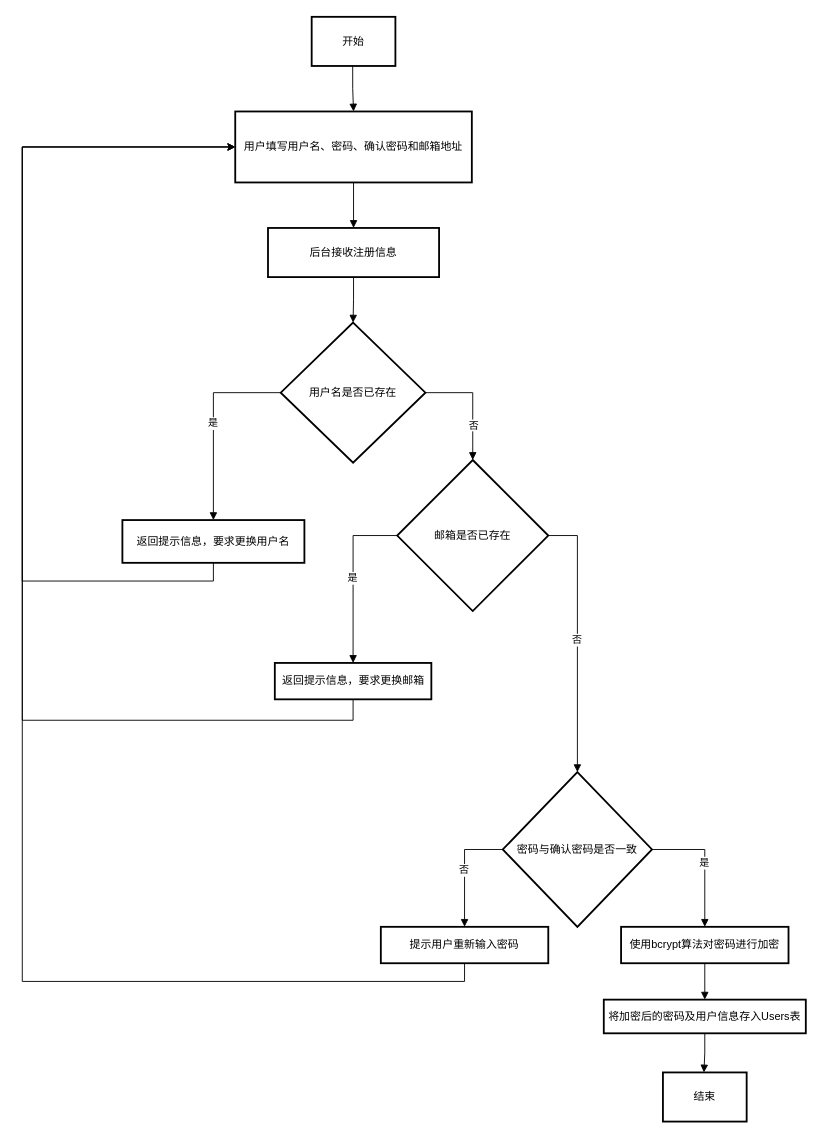
Earlier version of the draw.io diagram 注册流程.drawio (EthaneIceCream/HoloCubic). Source tidied: cells renumbered, new cells numbered last; positions are measured from the earlier drawing's top-left corner, leaving out a move shared by most shapes. Both pictures are drawn from the tidied source at 91%, with x=0, y=0 at pixel (22, 16).
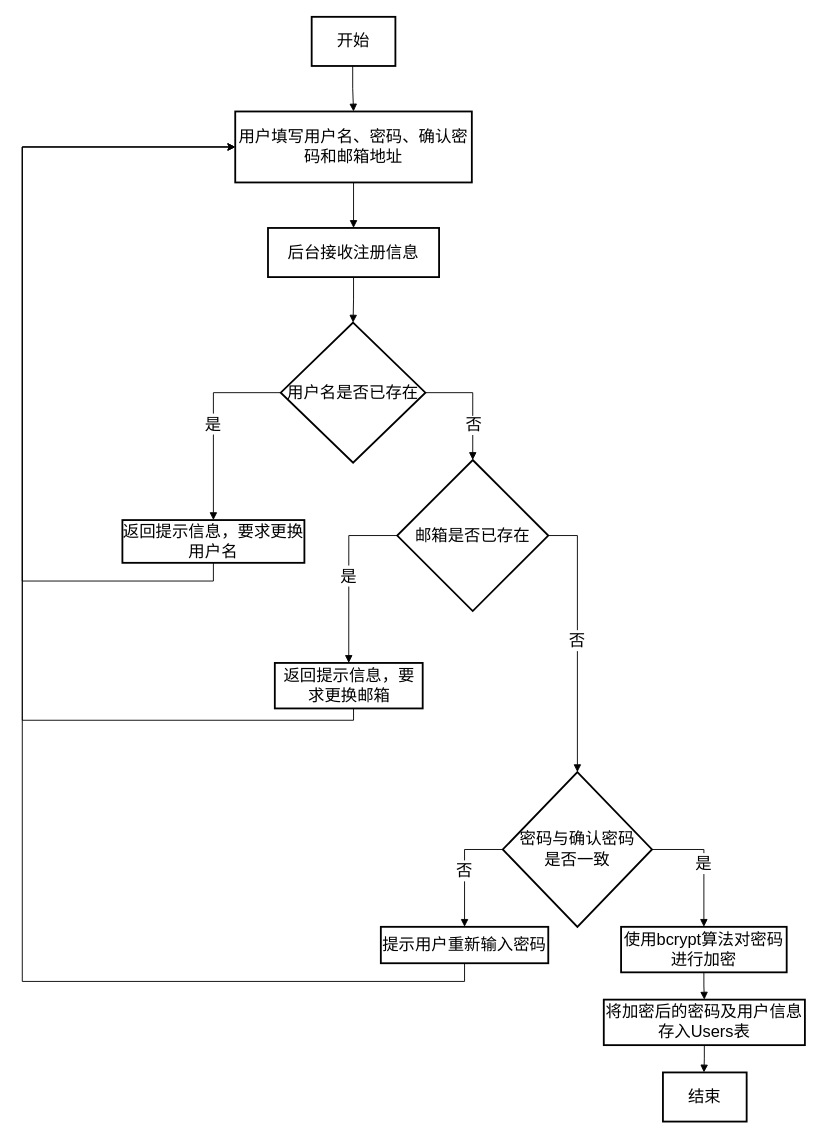
The same page after the edit.

Commit message:
更新注册流程.drawio

What changed in the source:
```diff
@@
-    <mxCell id="2" value="开始" style="whiteSpace=wrap;strokeWidth=2;" parent="1" vertex="1">
+    <mxCell id="2" value="开始" style="whiteSpace=wrap;strokeWidth=2;fontSize=18;" parent="1" vertex="1">
       <mxGeometry x="318" width="92" height="54" as="geometry" />
     </mxCell>
-    <mxCell id="3" value="用户填写用户名、密码、确认密码和邮箱地址" style="whiteSpace=wrap;strokeWidth=2;" parent="1" vertex="1">
+    <mxCell id="3" value="用户填写用户名、密码、确认密码和邮箱地址" style="whiteSpace=wrap;strokeWidth=2;fontSize=18;" parent="1" vertex="1">
       <mxGeometry x="234" y="104" width="260" height="78" as="geometry" />
     </mxCell>
-    <mxCell id="4" value="后台接收注册信息" style="whiteSpace=wrap;strokeWidth=2;" parent="1" vertex="1">
+    <mxCell id="4" value="后台接收注册信息" style="whiteSpace=wrap;strokeWidth=2;fontSize=18;" parent="1" vertex="1">
       <mxGeometry x="270" y="232" width="188" height="54" as="geometry" />
     </mxCell>
-    <mxCell id="5" value="用户名是否已存在" style="rhombus;strokeWidth=2;whiteSpace=wrap;" parent="1" vertex="1">
+    <mxCell id="5" value="用户名是否已存在" style="rhombus;strokeWidth=2;whiteSpace=wrap;fontSize=18;" parent="1" vertex="1">
       <mxGeometry x="284" y="336" width="159" height="154" as="geometry" />
     </mxCell>
-    <mxCell id="6" style="edgeStyle=orthogonalEdgeStyle;rounded=0;jettySize=auto;html=1;exitX=0.5;exitY=1;exitDx=0;exitDy=0;entryX=0;entryY=0.5;entryDx=0;entryDy=0;" parent="1" edge="1" source="7" target="3">
+    <mxCell id="6" style="edgeStyle=orthogonalEdgeStyle;rounded=0;jettySize=auto;html=1;exitX=0.5;exitY=1;exitDx=0;exitDy=0;entryX=0;entryY=0.5;entryDx=0;entryDy=0;fontSize=18;" parent="1" edge="1" source="7" target="3">
       <mxGeometry relative="1" as="geometry">
         <Array as="points">
           <mxPoint x="210" y="620" />
           <mxPoint y="620" />
           <mxPoint y="143" />
         </Array>
       </mxGeometry>
     </mxCell>
-    <mxCell id="7" value="返回提示信息，要求更换用户名" style="whiteSpace=wrap;strokeWidth=2;" parent="1" vertex="1">
+    <mxCell id="7" value="返回提示信息，要求更换用户名" style="whiteSpace=wrap;strokeWidth=2;fontSize=18;" parent="1" vertex="1">
       <mxGeometry x="110" y="553" width="200" height="47" as="geometry" />
     </mxCell>
-    <mxCell id="8" value="邮箱是否已存在" style="rhombus;strokeWidth=2;whiteSpace=wrap;" parent="1" vertex="1">
+    <mxCell id="8" value="邮箱是否已存在" style="rhombus;strokeWidth=2;whiteSpace=wrap;fontSize=18;" parent="1" vertex="1">
       <mxGeometry x="412" y="487" width="166" height="166" as="geometry" />
     </mxCell>
-    <mxCell id="9" style="edgeStyle=orthogonalEdgeStyle;rounded=0;jettySize=auto;html=1;exitX=0.5;exitY=1;exitDx=0;exitDy=0;entryX=0;entryY=0.5;entryDx=0;entryDy=0;" parent="1" edge="1" source="10" target="3">
+    <mxCell id="9" style="edgeStyle=orthogonalEdgeStyle;rounded=0;jettySize=auto;html=1;exitX=0.5;exitY=1;exitDx=0;exitDy=0;entryX=0;entryY=0.5;entryDx=0;entryDy=0;fontSize=18;" parent="1" edge="1" source="10" target="3">
       <mxGeometry relative="1" as="geometry">
         <Array as="points">
           <mxPoint x="364" y="773" />
           <mxPoint y="773" />
           <mxPoint y="143" />
         </Array>
       </mxGeometry>
     </mxCell>
-    <mxCell id="10" value="返回提示信息，要求更换邮箱" style="whiteSpace=wrap;strokeWidth=2;" parent="1" vertex="1">
-      <mxGeometry x="277.5" y="710" width="172" height="40" as="geometry" />
+    <mxCell id="10" value="返回提示信息，要求更换邮箱" style="whiteSpace=wrap;strokeWidth=2;fontSize=18;" parent="1" vertex="1">
+      <mxGeometry x="277.5" y="710" width="162.5" height="50" as="geometry" />
     </mxCell>
-    <mxCell id="11" value="密码与确认密码是否一致" style="rhombus;strokeWidth=2;whiteSpace=wrap;" parent="1" vertex="1">
+    <mxCell id="11" value="密码与确认密码&#10;是否一致" style="rhombus;strokeWidth=2;whiteSpace=wrap;fontSize=18;" parent="1" vertex="1">
       <mxGeometry x="528" y="830" width="164" height="170" as="geometry" />
     </mxCell>
-    <mxCell id="12" style="edgeStyle=orthogonalEdgeStyle;rounded=0;jettySize=auto;html=1;exitX=0.5;exitY=1;exitDx=0;exitDy=0;entryX=0;entryY=0.5;entryDx=0;entryDy=0;" parent="1" edge="1" source="13" target="3">
+    <mxCell id="12" style="edgeStyle=orthogonalEdgeStyle;rounded=0;jettySize=auto;html=1;exitX=0.5;exitY=1;exitDx=0;exitDy=0;entryX=0;entryY=0.5;entryDx=0;entryDy=0;fontSize=18;" parent="1" edge="1" source="13" target="3">
       <mxGeometry relative="1" as="geometry">
         <Array as="points">
           <mxPoint x="486" y="1060" />
           <mxPoint y="1060" />
           <mxPoint y="143" />
         </Array>
       </mxGeometry>
     </mxCell>
-    <mxCell id="13" value="提示用户重新输入密码" style="whiteSpace=wrap;strokeWidth=2;" parent="1" vertex="1">
+    <mxCell id="13" value="提示用户重新输入密码" style="whiteSpace=wrap;strokeWidth=2;fontSize=18;" parent="1" vertex="1">
       <mxGeometry x="394" y="1000" width="184" height="40" as="geometry" />
     </mxCell>
-    <mxCell id="14" value="使用bcrypt算法对密码进行加密" style="whiteSpace=wrap;strokeWidth=2;" parent="1" vertex="1">
-      <mxGeometry x="658" y="1000" width="184" height="40" as="geometry" />
+    <mxCell id="14" value="使用bcrypt算法对密码进行加密" style="whiteSpace=wrap;strokeWidth=2;fontSize=18;" parent="1" vertex="1">
+      <mxGeometry x="658" y="1000" width="182" height="50" as="geometry" />
     </mxCell>
-    <mxCell id="15" value="将加密后的密码及用户信息存入Users表" style="whiteSpace=wrap;strokeWidth=2;" parent="1" vertex="1">
-      <mxGeometry x="639" y="1080" width="222" height="37" as="geometry" />
+    <mxCell id="15" value="将加密后的密码及用户信息存入Users表" style="whiteSpace=wrap;strokeWidth=2;fontSize=18;" parent="1" vertex="1">
+      <mxGeometry x="639" y="1080" width="221" height="50" as="geometry" />
     </mxCell>
-    <mxCell id="16" value="结束" style="whiteSpace=wrap;strokeWidth=2;" parent="1" vertex="1">
+    <mxCell id="16" value="结束" style="whiteSpace=wrap;strokeWidth=2;fontSize=18;" parent="1" vertex="1">
       <mxGeometry x="704" y="1160" width="92" height="54" as="geometry" />
     </mxCell>
-    <mxCell id="17" style="startArrow=none;endArrow=block;exitX=0.49;exitY=1;entryX=0.5;entryY=0;rounded=0;edgeStyle=orthogonalEdgeStyle;" parent="1" edge="1" source="2" target="3">
+    <mxCell id="17" style="startArrow=none;endArrow=block;exitX=0.49;exitY=1;entryX=0.5;entryY=0;rounded=0;edgeStyle=orthogonalEdgeStyle;fontSize=18;" parent="1" edge="1" source="2" target="3">
       <mxGeometry relative="1" as="geometry" />
     </mxCell>
-    <mxCell id="18" style="startArrow=none;endArrow=block;exitX=0.5;exitY=1;entryX=0.5;entryY=0;rounded=0;edgeStyle=orthogonalEdgeStyle;" parent="1" edge="1" source="3" target="4">
+    <mxCell id="18" style="startArrow=none;endArrow=block;exitX=0.5;exitY=1;entryX=0.5;entryY=0;rounded=0;edgeStyle=orthogonalEdgeStyle;fontSize=18;" parent="1" edge="1" source="3" target="4">
       <mxGeometry relative="1" as="geometry" />
     </mxCell>
-    <mxCell id="19" style="startArrow=none;endArrow=block;exitX=0.5;exitY=1;entryX=0.5;entryY=0;rounded=0;edgeStyle=orthogonalEdgeStyle;" parent="1" edge="1" source="4" target="5">
+    <mxCell id="19" style="startArrow=none;endArrow=block;exitX=0.5;exitY=1;entryX=0.5;entryY=0;rounded=0;edgeStyle=orthogonalEdgeStyle;fontSize=18;" parent="1" edge="1" source="4" target="5">
       <mxGeometry relative="1" as="geometry" />
     </mxCell>
-    <mxCell id="20" value="是" style="startArrow=none;endArrow=block;exitX=0;exitY=0.5;entryX=0.5;entryY=0;rounded=0;edgeStyle=orthogonalEdgeStyle;exitDx=0;exitDy=0;" parent="1" edge="1" source="5" target="7">
+    <mxCell id="20" value="是" style="startArrow=none;endArrow=block;exitX=0;exitY=0.5;entryX=0.5;entryY=0;rounded=0;edgeStyle=orthogonalEdgeStyle;exitDx=0;exitDy=0;fontSize=18;" parent="1" edge="1" source="5" target="7">
       <mxGeometry relative="1" as="geometry" />
     </mxCell>
-    <mxCell id="21" style="startArrow=none;endArrow=block;exitX=1;exitY=0.5;entryX=0.5;entryY=0;rounded=0;edgeStyle=orthogonalEdgeStyle;exitDx=0;exitDy=0;" parent="1" edge="1" source="5" target="8">
+    <mxCell id="21" style="startArrow=none;endArrow=block;exitX=1;exitY=0.5;entryX=0.5;entryY=0;rounded=0;edgeStyle=orthogonalEdgeStyle;exitDx=0;exitDy=0;fontSize=18;" parent="1" edge="1" source="5" target="8">
       <mxGeometry relative="1" as="geometry" />
     </mxCell>
-    <mxCell id="22" value="否" style="edgeLabel;html=1;align=center;verticalAlign=middle;" parent="21" vertex="1">
+    <mxCell id="22" value="否" style="edgeLabel;html=1;align=center;verticalAlign=middle;fontSize=18;" parent="21" vertex="1">
       <mxGeometry x="0.38" relative="1" as="geometry" />
     </mxCell>
-    <mxCell id="23" value="是" style="startArrow=none;endArrow=block;exitX=0;exitY=0.5;entryX=0.5;entryY=0;rounded=0;edgeStyle=orthogonalEdgeStyle;exitDx=0;exitDy=0;" parent="1" edge="1" source="8" target="10">
+    <mxCell id="23" value="是" style="startArrow=none;endArrow=block;exitX=0;exitY=0.5;entryX=0.5;entryY=0;rounded=0;edgeStyle=orthogonalEdgeStyle;exitDx=0;exitDy=0;fontSize=18;" parent="1" edge="1" source="8" target="10">
       <mxGeometry relative="1" as="geometry" />
     </mxCell>
-    <mxCell id="24" value="否" style="startArrow=none;endArrow=block;exitX=1;exitY=0.5;entryX=0.5;entryY=0;rounded=0;edgeStyle=orthogonalEdgeStyle;exitDx=0;exitDy=0;" parent="1" edge="1" source="8" target="11">
+    <mxCell id="24" value="否" style="startArrow=none;endArrow=block;exitX=1;exitY=0.5;entryX=0.5;entryY=0;rounded=0;edgeStyle=orthogonalEdgeStyle;exitDx=0;exitDy=0;fontSize=18;" parent="1" edge="1" source="8" target="11">
       <mxGeometry relative="1" as="geometry" />
     </mxCell>
-    <mxCell id="25" value="否" style="startArrow=none;endArrow=block;exitX=0;exitY=0.5;entryX=0.5;entryY=0;rounded=0;edgeStyle=orthogonalEdgeStyle;exitDx=0;exitDy=0;" parent="1" edge="1" source="11" target="13">
+    <mxCell id="25" value="否" style="startArrow=none;endArrow=block;exitX=0;exitY=0.5;entryX=0.5;entryY=0;rounded=0;edgeStyle=orthogonalEdgeStyle;exitDx=0;exitDy=0;fontSize=18;" parent="1" edge="1" source="11" target="13">
       <mxGeometry relative="1" as="geometry" />
     </mxCell>
-    <mxCell id="26" value="是" style="startArrow=none;endArrow=block;exitX=1;exitY=0.5;entryX=0.5;entryY=0;rounded=0;edgeStyle=orthogonalEdgeStyle;exitDx=0;exitDy=0;" parent="1" edge="1" source="11" target="14">
+    <mxCell id="26" value="是" style="startArrow=none;endArrow=block;exitX=1;exitY=0.5;entryX=0.5;entryY=0;rounded=0;edgeStyle=orthogonalEdgeStyle;exitDx=0;exitDy=0;fontSize=18;" parent="1" edge="1" source="11" target="14">
       <mxGeometry relative="1" as="geometry" />
     </mxCell>
-    <mxCell id="27" style="startArrow=none;endArrow=block;exitX=0.5;exitY=1;entryX=0.5;entryY=0;rounded=0;edgeStyle=orthogonalEdgeStyle;" parent="1" edge="1" source="14" target="15">
+    <mxCell id="27" style="startArrow=none;endArrow=block;exitX=0.5;exitY=1;entryX=0.5;entryY=0;rounded=0;edgeStyle=orthogonalEdgeStyle;fontSize=18;" parent="1" edge="1" source="14" target="15">
       <mxGeometry relative="1" as="geometry" />
     </mxCell>
-    <mxCell id="28" style="startArrow=none;endArrow=block;exitX=0.5;exitY=1;entryX=0.49;entryY=0;rounded=0;edgeStyle=orthogonalEdgeStyle;" parent="1" edge="1" source="15" target="16">
+    <mxCell id="28" style="startArrow=none;endArrow=block;exitX=0.5;exitY=1;entryX=0.49;entryY=0;rounded=0;edgeStyle=orthogonalEdgeStyle;fontSize=18;" parent="1" edge="1" source="15" target="16">
       <mxGeometry relative="1" as="geometry" />
     </mxCell>
```
